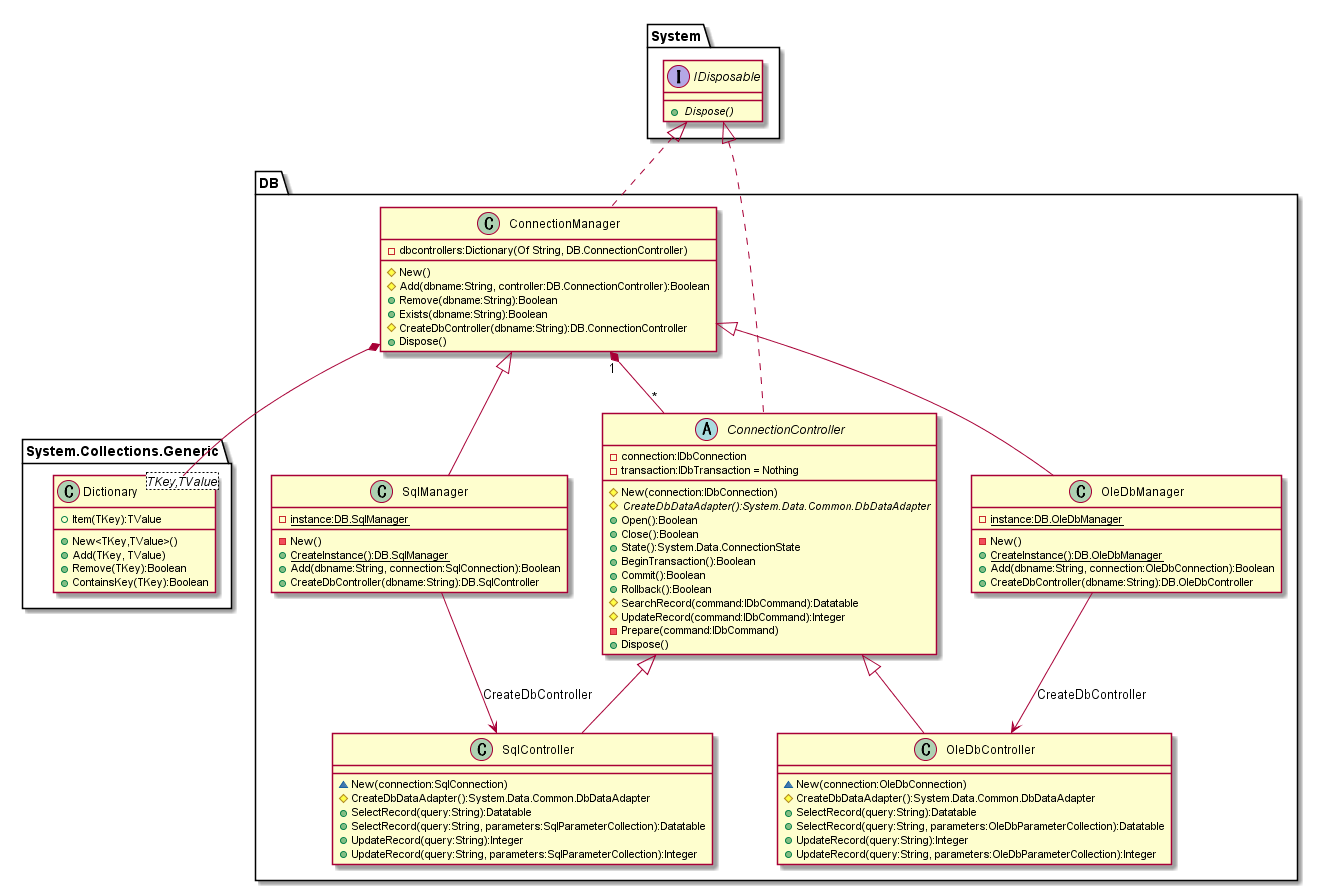
Earlier version of the PlantUML export doc/ClassDiagram/ConnectionControll.png (hirorich/CommonTool).
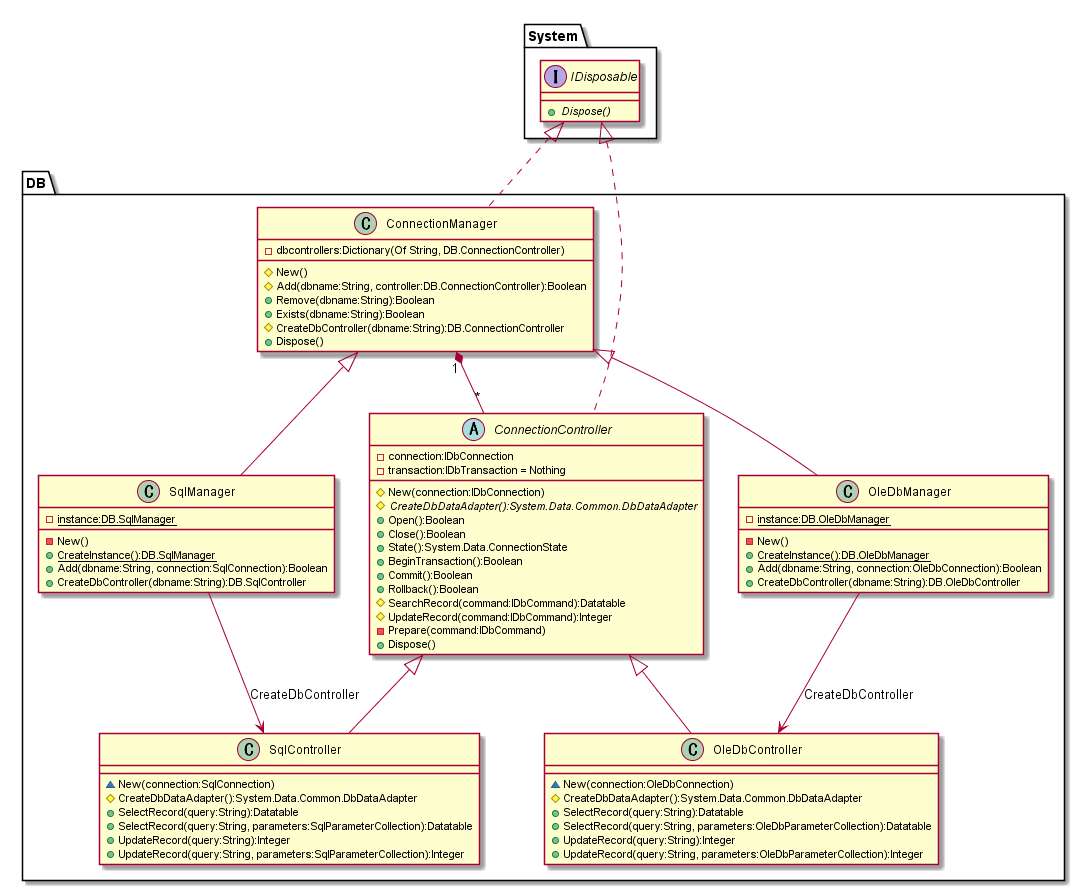
The same file after the commit.

Commit message:
共通的に使用するFrameworkクラスを別のクラス図に記載

The edit, as a diff of the source:
```diff
@@ -2,15 +2,6 @@
 
 interface System.IDisposable {
   + {abstract} Dispose()
-}
-
-class System.Collections.Generic.Dictionary<TKey,TValue> {
-  + {field} Item(TKey):TValue
-
-  + New<TKey,TValue>()
-  + Add(TKey, TValue)
-  + Remove(TKey):Boolean
-  + ContainsKey(TKey):Boolean
 }
 
 class DB.ConnectionManager {
@@ -86,7 +77,6 @@
 }
 DB.ConnectionController <|-- DB.OleDbController
 
-DB.ConnectionManager *-- System.Collections.Generic.Dictionary
 DB.ConnectionManager "1" *-- "*" DB.ConnectionController
 
 DB.SqlManager --> DB.SqlController:CreateDbController
```
